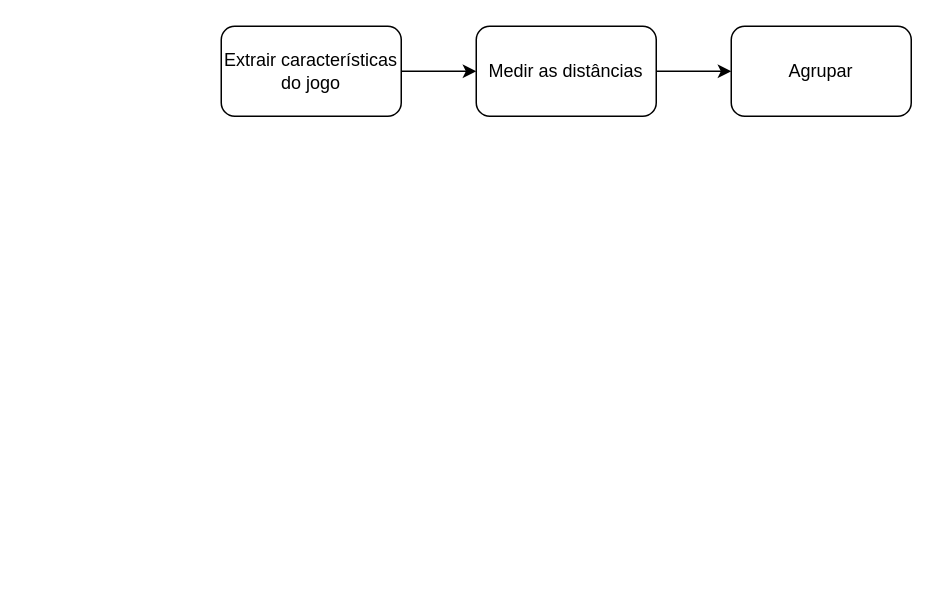
Earlier version of the draw.io diagram Megasena.drawio (nobertomaciel/megasena). Source tidied: cells renumbered, new cells numbered last; positions are measured from the earlier drawing's top-left corner, leaving out a move shared by most shapes. Both pictures are drawn from the tidied source at 150%, with x=0, y=0 at pixel (220, 26).
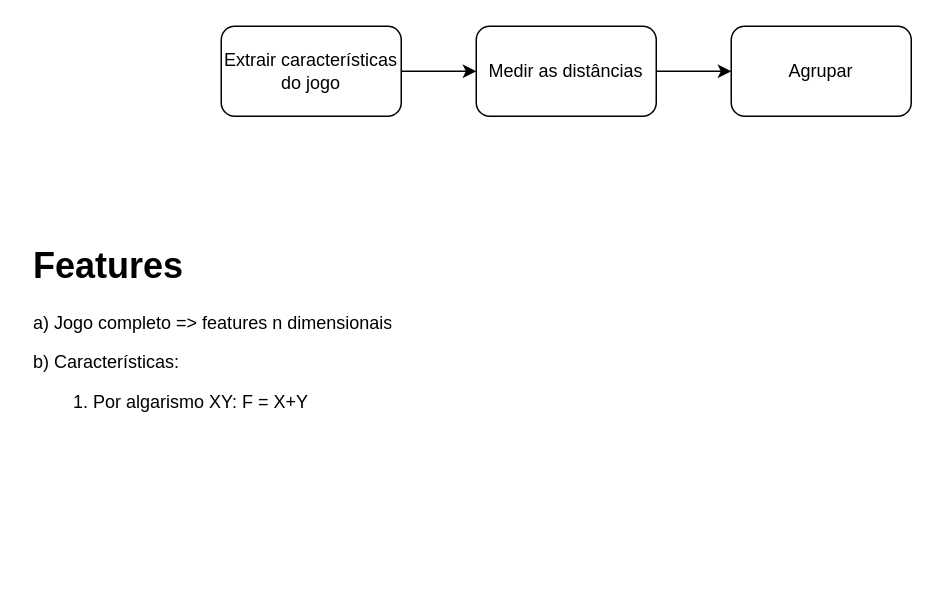
The same page after the edit.

Change to the diagram source:
```diff
@@
 <mxGraphModel>
   <root>
     <mxCell id="0" />
     <mxCell id="1" parent="0" />
     <mxCell id="2" style="edgeStyle=orthogonalEdgeStyle;rounded=0;jettySize=auto;html=1;entryX=0;entryY=0.5;entryDx=0;entryDy=0;" parent="1" edge="1" source="3" target="5">
       <mxGeometry relative="1" as="geometry" />
     </mxCell>
     <mxCell id="3" value="Extrair características do jogo" style="rounded=1;whiteSpace=wrap;html=1;" parent="1" vertex="1">
       <mxGeometry width="120" height="60" as="geometry" />
     </mxCell>
     <mxCell id="4" style="edgeStyle=orthogonalEdgeStyle;rounded=0;jettySize=auto;html=1;entryX=0;entryY=0.5;entryDx=0;entryDy=0;" parent="1" edge="1" source="5" target="6">
       <mxGeometry relative="1" as="geometry" />
     </mxCell>
     <mxCell id="5" value="Medir as distâncias" style="rounded=1;whiteSpace=wrap;html=1;" parent="1" vertex="1">
       <mxGeometry x="170" width="120" height="60" as="geometry" />
     </mxCell>
     <mxCell id="6" value="Agrupar" style="rounded=1;whiteSpace=wrap;html=1;" parent="1" vertex="1">
       <mxGeometry x="340" width="120" height="60" as="geometry" />
     </mxCell>
+    <mxCell id="7" value="&lt;h1&gt;Features&lt;/h1&gt;&lt;p&gt;a) Jogo completo =&amp;gt; features n dimensionais&lt;/p&gt;&lt;p&gt;b) Características:&lt;/p&gt;&lt;p&gt;&lt;/p&gt;&lt;ol&gt;&lt;li&gt;Por algarismo XY: F = X+Y&lt;/li&gt;&lt;/ol&gt;&lt;p&gt;&lt;/p&gt;" style="text;html=1;strokeColor=none;fillColor=none;spacing=5;spacingTop=-20;whiteSpace=wrap;overflow=hidden;rounded=0;" parent="1" vertex="1">
+      <mxGeometry x="-130" y="140" width="450" height="230" as="geometry" />
+    </mxCell>
   </root>
 </mxGraphModel>
```
